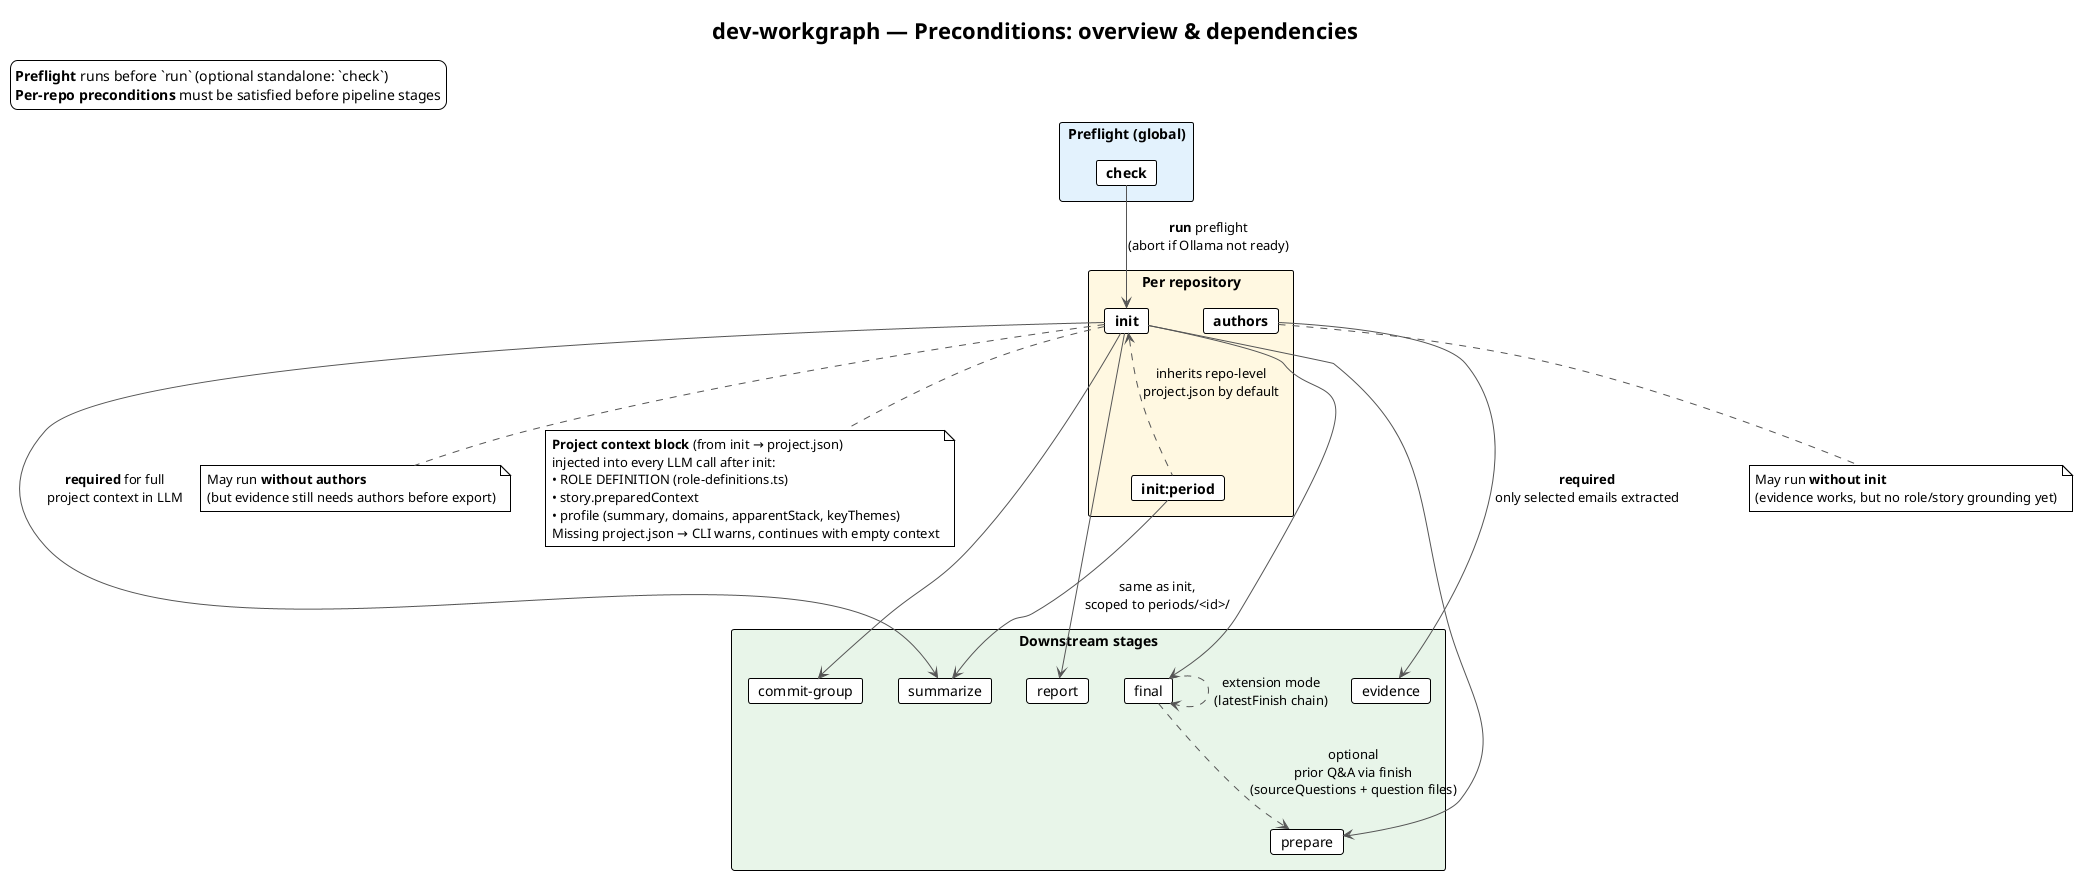
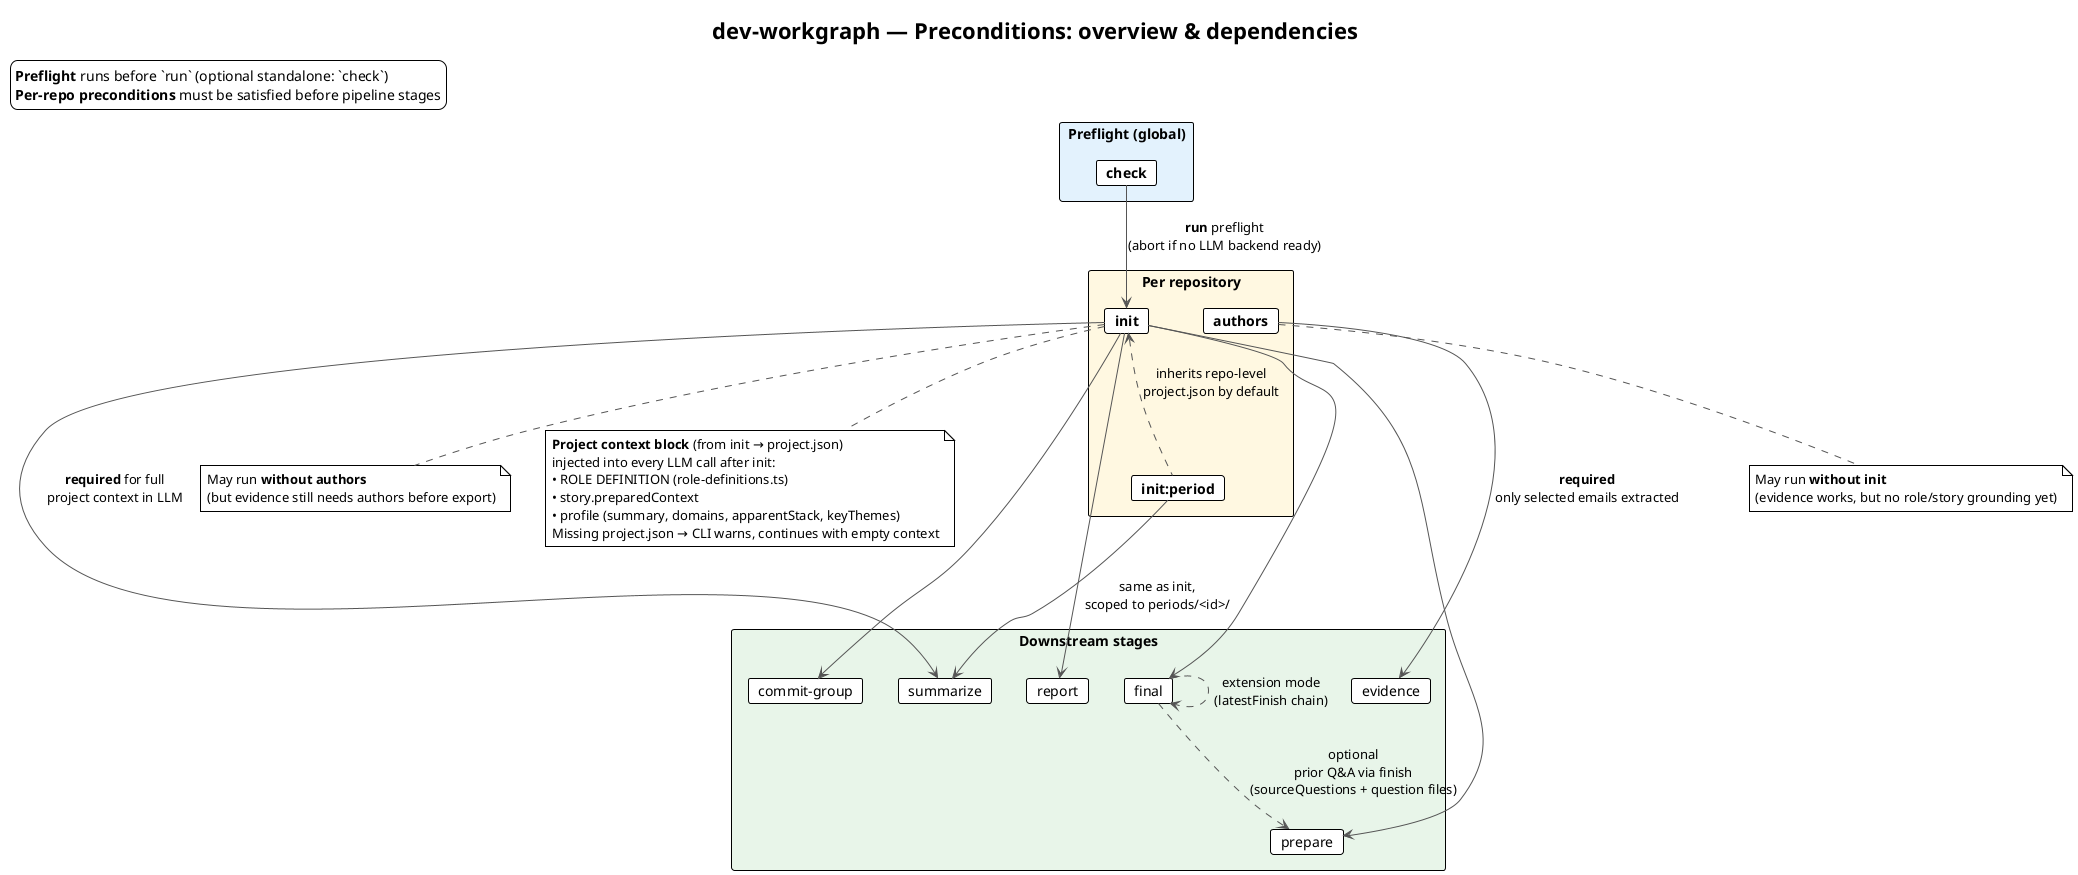
@startuml preconditions-overview
!theme plain
skinparam shadowing false
skinparam ArrowColor #555555

title dev-workgraph — Preconditions: overview & dependencies

legend top left
  **Preflight** runs before `run` (optional standalone: `check`)
  **Per-repo preconditions** must be satisfied before pipeline stages
endlegend

rectangle "Preflight (global)" #E3F2FD {
  card "**check**" as CHECK
}

rectangle "Per repository" #FFF8E1 {
  card "**authors**" as AUTH
  card "**init**" as INIT
  card "**init:period**" as INITP
}

rectangle "Downstream stages" #E8F5E9 {
  card "evidence" as EVID
  card "summarize" as SUM
  card "commit-group" as CG
  card "report" as REP
  card "prepare" as PRE
  card "final" as FIN
}

- CHECK -down-> INIT : **run** preflight\n(abort if Ollama not ready)
+ CHECK -down-> INIT : **run** preflight\n(abort if no LLM backend ready)

AUTH -down-> EVID : **required**\nonly selected emails extracted
INIT -down-> SUM : **required** for full\nproject context in LLM
INIT -down-> CG
INIT -down-> REP
INIT -down-> PRE
INIT -down-> FIN

FIN ..> PRE : optional\nprior Q&A via finish\n(sourceQuestions + question files)
FIN ..> FIN : extension mode\n(latestFinish chain)

INITP .up.> INIT : inherits repo-level\nproject.json by default
INITP -down-> SUM : same as init,\nscoped to periods/<id>/

note bottom of AUTH
  May run **without init**
  (evidence works, but no role/story grounding yet)
end note

note bottom of INIT
  May run **without authors**
  (but evidence still needs authors before export)
end note

note as NCTX
  **Project context block** (from init → project.json)
  injected into every LLM call after init:
  • ROLE DEFINITION (role-definitions.ts)
  • story.preparedContext
  • profile (summary, domains, apparentStack, keyThemes)
  Missing project.json → CLI warns, continues with empty context
end note
INIT .. NCTX

@enduml


@startuml preconditions-check
!theme plain
skinparam shadowing false
skinparam ActivityBorderColor #888888
skinparam NoteBackgroundColor #E3F2FD

- title **check** — Ollama preflight (§14)
+ title **check** — LLM preflight (Ollama + LM Studio)

start

- :Resolve Ollama base URL\n(default http://127.0.0.1:11434,\noverride with --url);
- 
- :GET /api/tags → list installed models;
- 
- if (Ollama reachable?) then (no)
-   if (ollama binary on PATH?) then (yes)
-     :Print: start server\n`ollama serve`;
-   else (no)
-     :Print OS-specific install help;
+ :Discover backends\n**Ollama** --ollama-url\n(default http://127.0.0.1:11434)\n**LM Studio** --lmstudio-url\n(default http://127.0.0.1:1234);
+ 
+ partition "For each reachable backend" {
+   :List models\n(Ollama GET /api/tags;\nLM Studio GET /api/v1/models);
+ 
+   if (≥ 1 model?) then (no)
+     :Provider install help;
    note right
-       **macOS:** brew install ollama
-       **Linux:** curl … install.sh | sh
-       **Then:** ollama pull <model>
-       Suggested: qwen2.5-coder:14b, gpt-oss:latest
+       **Ollama:** brew / install.sh,\n`ollama pull`, `ollama serve`
+       **LM Studio:** download app,\nload model, start local server
    end note
+   else (yes)
+     :Print models for this backend;
  endif
+ }
+ 
+ if (No backend ready?) then (yes)
  #Pink:Exit code 1;
  stop
- else (yes)
- endif
- 
- if (≥ 1 model installed?) then (no)
-   #Pink:Print pull suggestions;\nExit code 1;
-   stop
- else (yes)
-   :Print installed model list;
- endif
- 
- :Read ~/.workgraph/config.json → ollama slots;
+ else (no)
+ endif
+ 
+ :Read ~/.workgraph/config.json → **llm** slots\n(commit / report / narrative);

partition "Validate saved preferences" {
-   :Check **commitModel**;
-   :Check **reportModel**;
-   :Check **narrativeModel**;
-   if (Any saved model NOT in installed list?) then (yes)
-     #Pink:Warn + suggest `ollama pull`;\nExit code 1;
+   :Check each slot's model\non its saved provider + baseUrl;
+   if (Any saved model NOT available?) then (yes)
+     #Pink:Warn (pull/load model);\nExit code 1;
    stop
  else (no)
  endif
}

#LightGreen:✅ Ready;
note right
  **Standalone:** `dev-workgraph check`
-   **In run:** `ollamaReady()` preflight — aborts
-   before gathering inputs if not ready
+   **In run:** `llmReady()` preflight — aborts
+   before gathering inputs if no backend is ready
end note

stop

@enduml


@startuml preconditions-authors
!theme plain
skinparam shadowing false
skinparam ActivityBorderColor #888888
skinparam NoteBackgroundColor #FFF8E1

title **authors** — Author selection (§1)\nPrecondition for **evidence**

start

:Resolve repository path\n(relative → absolute);

:`git log --all --no-merges`\nAggregate authors **by email** + commit counts;

if (No commits?) then (yes)
  :Print "No commits found";
  stop
else (no)
endif

if (--json flag?) then (yes)
  :Print { repo, authors[] };\nNo save;
  stop
else (no)
endif

partition "Default pre-selection" {
  :Load saved selectedAuthors[]\nfrom config.json (if any);
  :Add git user.email from repo config\nif it appears in author list;
  note right
    Lesson from real runs: near-identical emails
    (vzaharchenko@… vs vzakharchenko@…)
    are easy to confuse — picker shows commit counts
  end note
}

if (--email <addr>… flag?) then (yes)
  :Match against known authors;\nWarn on unknown emails;
  if (Any matched?) then (no)
    stop
  else (yes)
  endif
else (no)
  :Interactive **checkbox** prompt\n"Select identities that are YOUR work";
  note right
    Each choice:
    Name <email>  (N commits)
  end note
  if (Nothing selected?) then (yes)
    stop
  else (no)
  endif
endif

:Persist to **~/.workgraph/config.json**;
note right
  repos["/abs/path/to/repo"].selectedAuthors = [
    "me@example.com", …
  ]
end note

#LightGreen:✅ Authors saved;

floating note left
  **Without authors:** evidence cannot know which commits are yours
  **Bots filtered by user choice:** Renovate, Dependabot, Snyk, teammates
  **May run without init** — independent precondition
end note

stop

@enduml


@startuml preconditions-init
!theme plain
skinparam shadowing false
skinparam ActivityBorderColor #888888
skinparam NoteBackgroundColor #FFFDE7

title **init** — Project initialization (§0)\nPrecondition for **summarize**, **commit-group**, **report**, **prepare**, **final**

start

:Resolve repository path;

if (--period / init:period mode?) then (yes)
  :Resolve period label + [from, to)\nPersist in config.json → periods.<id>;
  note right
    ISO YYYY-MM-DD, half-open **[from, to)**
    Label: letters, digits, . _ -
  end note
  -> period_branch;
else (no)
endif

:Target file:\n~/.workgraph/data/repos/<repo-id>/project.json\n(or periods/<id>/project.json);

if (project.json exists?) then (yes)
  :Skip (idempotent);
  stop
else (no)
endif

label period_branch
if (period mode?) then (yes)
  if (repo-level project.json exists?) then (no)
    #Pink:Error: run repo-level init first;
    stop
  else (yes)
    :**Copy** repo-level → periods/<id>/project.json\n(no LLM);
    #LightGreen:✅ Period inherited context;
    stop
  endif
else (no — full init)
endif

partition "Interactive inputs (H)" {
  :**Developer role** — select or --role\n(picker: `Role — shortSummary`);
  note right
    10 IC roles (backend + frontend ladders):
    Principal / Staff / Senior / Middle / Junior Developer
    Principal / Staff / Senior / Middle / Junior Frontend Developer
    Source: role-definitions.ts (competency matrix)
  end note
  :Print **full competency text** to console\n(formatRoleDefinitionForConsole);
  :Persist role → config.json;

  :**Project story** — editor or --story;
  note right
    Free-form, multi-line:
    • what the project is
    • how it started
    • pivots / milestones
    Raw human context — not evidence
  end note
}

partition "Automatic inputs (D)" {
  :Read **README.md** from repo root\n(if missing → continue, not an error);
}

- :Pick **narrativeModel** (Ollama)\n--model overrides;\nsaved in config.ollama.narrativeModel;
+ :Pick **narrativeModel**\n(Ollama / LM Studio)\n--model overrides;\nsaved in config.llm.narrative;

partition "LLM session 1 — Prepare story (M:n)" {
  :Input: role + raw story;
  :Output: **story.preparedContext**;
  note right
    Role-adjusted reframing:
    • Principal → system boundaries, cross-cutting decisions
    • Staff → subsystem ownership, platform direction
    • Senior → feature ownership, product driver
    • Junior → assigned vs self-directed, learning scope
    Raw story kept unchanged
  end note
}

partition "LLM session 2 — Project profile (M:n)" {
  :Input: role + preparedContext + README;
  :Structured JSON output;
  :Output: **profile**;
  note right
    • summary — what project appears to be about
    • domains[]
    • apparentStack[]
    • keyThemes[]
    Interpretation, not proof
  end note
}

:Write **project.json**;
note right
  {
    role, story: { raw, preparedContext },
    readme: { present, path? },
    profile: { summary, domains, … },
    provenance: { model, generatedAt }
  }
end note

#LightGreen:✅ Project initialized;

stop

@enduml


@startuml preconditions-init-sequence
!theme plain
skinparam shadowing false

title **init** — LLM sessions & data flow

actor "Developer" as DEV
participant "CLI\ninit" as CLI
database "Git repo" as REPO
database "config.json" as CFG
database "project.json" as PJ
- participant "Ollama\n(narrativeModel)" as LLM
+ participant "LLM\nnarrativeModel\nOllama | LM Studio" as LLM

DEV -> CLI : dev-workgraph init ./repo\n[--role] [--story]\n[--period] [--from] [--to]

CLI -> REPO : resolve path → repo-id
CLI -> CFG : read/write role\n(and period definition if --period)

alt project.json exists
  CLI --> DEV : skip (idempotent)
else period && repo-level project.json exists
  CLI -> PJ : copy repo-level → periods/<id>/project.json
  CLI --> DEV : inherited (no LLM)
else full init
  DEV -> CLI : role (prompt: Role — shortSummary,\nor --role)
  CLI --> DEV : print full competency matrix\n(Scope & Impact, Execution, …)
  CLI -> CFG : persist role
  DEV -> CLI : project story (editor or --story)
  CLI -> REPO : read README.md (optional)

  CLI -> LLM : **Session 1** — story prepare\n(role + raw story)
  LLM --> CLI : preparedContext

  CLI -> LLM : **Session 2** — project profile\n(role + preparedContext + README)\nJSON schema validated
  LLM --> CLI : profile { summary, domains, stack, themes }

  CLI -> PJ : write project.json + provenance
  CLI --> DEV : ✅ initialized
end

@enduml


@startuml preconditions-init-period
!theme plain
skinparam shadowing false
skinparam ActivityBorderColor #888888

title **init:period** / **init --period** — Review period seeding (§0.5)

start

:Define period in config.json;
note right
  periods: {
    "2022": { from: "2022-01-01", to: "2023-01-01" },
    "2022-H1": { from: "2022-01-01", to: "2022-07-01" }
  }
  Half-open [from, to) — no double-count on boundary
end note

:Data subtree (mirrors repo layout):
periods/<id>/project.json
periods/<id>/commits/ … groups/ … reports/ …;

if (repo-level project.json?) then (missing)
  #Pink:Error — run `init` first;
  stop
else (exists)
  :Copy repo-level → periods/<id>/project.json;
  note right
    No LLM — role/story rarely change between periods
  end note
endif

:Downstream stages use --period <id>;
note right
  • Load period project.json, fallback to repo-level
  • evidence filters commits by author timestamp ∈ [from, to)
  • final → RECONSTRUCTION.<project>.<period>.md
  • Period data travels with export/import
end note

#LightGreen:✅ Period ready;

stop

@enduml


@startuml preconditions-project-context
!theme plain
skinparam shadowing false
skinparam componentStyle rectangle

title **Project context block** — output of preconditions, input to all later LLM steps

package "Sources" {
  [config.json\nrole] as ROLE
  [project.json\nstory.preparedContext] as STORY
  [project.json\nprofile] as PROF
}

package "Project context block\n(projectContextBlock → withProjectContext)" as BLOCK {
  component "**ROLE DEFINITION**\n(roleDefinitionPromptBlock)\nmatrix level, impact sphere,\nquestion + CV emphasis, doNotClaim" as RDEF
  component "Frame questions for role\n(questionEmphasisForRole)" as RFRAME
  component "Prepared story context" as PS
  component "Profile summary" as SUM
  component "Domains" as DOM
  component "Apparent stack" as STK
  component "Key themes" as THM
}

ROLE --> RDEF
ROLE --> RFRAME
STORY --> PS
PROF --> SUM
PROF --> DOM
PROF --> STK
PROF --> THM

package "Consumed by (M:*)" {
  [summarize] as SUMM
  [commit-group\nclassify + compose] as CG
  [report\nfold merge] as REP
  [prepare] as PRE
  [final\nIMPACT + Role Narrative] as FIN
  [deepen] as DEP
}

BLOCK --> SUMM
BLOCK --> CG
BLOCK --> REP
BLOCK --> PRE
BLOCK --> FIN
BLOCK --> DEP

note bottom of BLOCK
  Built from **role-definitions.ts** + project.json.
  **Purpose:**
  • interpret patches in light of what the project is
  • avoid questions README/story already answer
  • frame **questions** by seniority (§0 Role model)
  **Never** use role to inflate impact or summary/signals
end note

note bottom of SUMM
  If project.json missing at model step:
  CLI **warns**, continues with empty context
  (same as pre-init behavior)
end note

@enduml


@startuml preconditions-role-questions
!theme plain
skinparam shadowing false

title Role-aware **questions** — role-definitions.ts (§0 Role model)

map "questionEmphasisForRole" as ROLEMAP {
  Principal Developer => system-wide trade-offs,\ncross-team boundaries,\nlong-term architectural consequences,\norg-scale production adoption
  Staff Developer => design ownership across subsystems,\nplatform direction,\nintegration with adjacent systems
  Senior Developer => feature/design ownership,\ncustomer or product driver,\nreplacing manual processes,\nmentoring or review scope
  Middle Developer => feature/module ownership,\ndesign input vs execution-only,\nproduction support scope,\ncollaboration across teams
  Junior Developer => assigned vs self-directed work,\nlearning context, scope of autonomy,\nwho reviewed or unblocked
  Principal Frontend Developer => cross-product frontend architecture,\ndesign-system/platform standards,\norg-scale UX and performance adoption
  Staff Frontend Developer => frontend subsystem ownership,\ndesign-system or platform direction,\nintegration with backend/API contracts
  Senior Frontend Developer => feature-level UI ownership,\ncomponent architecture,\nUX/product driver context,\nmentoring or review scope
  Middle Frontend Developer => shipped UI features/flows,\ncomponent/module ownership,\naccessibility responsibility,\nAPI integration scope
  Junior Frontend Developer => assigned vs self-directed UI work,\ndesign handoff vs implementation-only,\nwho reviewed or unblocked
}

note bottom of ROLEMAP
  Canonical source: **role-definitions.ts**
  (IC competency matrix — Scope & Impact, Execution,
  Collaboration, Business Impact).
  Injected via **roleDefinitionPromptBlock** in project context.
  Questions target what **Git cannot know**;
  role shapes **which gaps to ask about**,
  not how impressive the work sounds.
  **doNotClaim** guards against seniority inflation.
end note

@enduml
